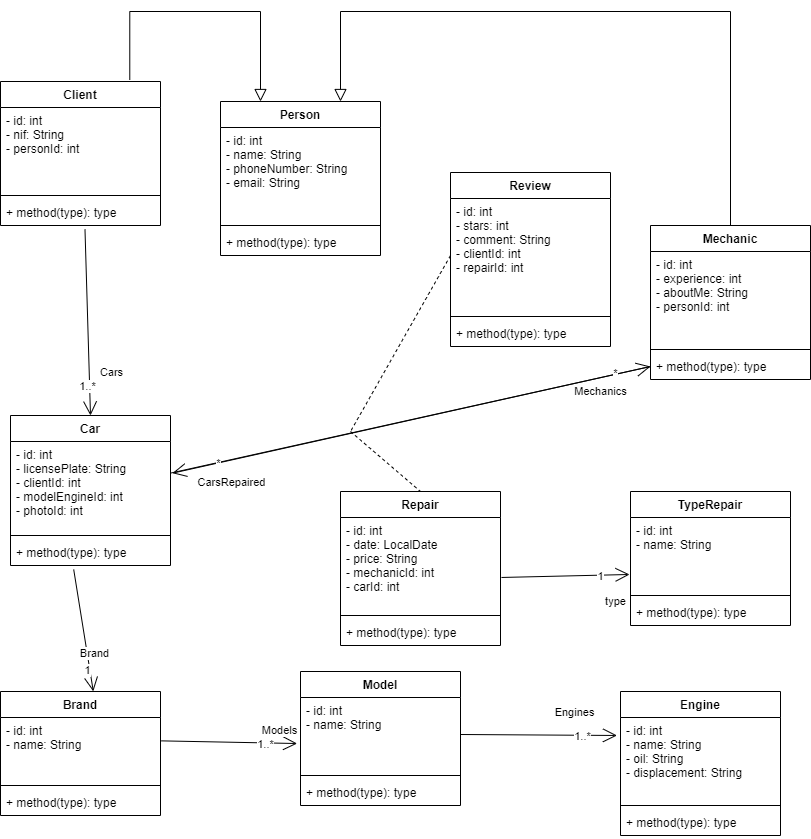
Above: ClassDiagram.drawio.png in jonhot1/Projeto-de-Desenvolvimento-M-vel- (draw.io), before the change. Source tidied: cells renumbered, new cells last; positions are measured from the earlier drawing's top-left corner, leaving out a move shared by most shapes. Its diagram source:
```xml
<mxGraphModel>
  <root>
    <mxCell id="0" />
    <mxCell id="1" parent="0" />
    <mxCell id="2" style="endArrow=block;endSize=10;endFill=0;shadow=0;strokeWidth=1;rounded=0;edgeStyle=elbowEdgeStyle;elbow=vertical;exitX=0.808;exitY=-0.011;exitDx=0;exitDy=0;exitPerimeter=0;entryX=0.25;entryY=0;entryDx=0;entryDy=0;" parent="1" edge="1" source="8" target="4">
      <mxGeometry relative="1" as="geometry">
        <Array as="points">
          <mxPoint x="20" />
          <mxPoint x="210" y="70" />
          <mxPoint x="210" y="49" />
        </Array>
      </mxGeometry>
    </mxCell>
    <mxCell id="3" style="endArrow=block;endSize=10;endFill=0;shadow=0;strokeWidth=1;rounded=0;edgeStyle=elbowEdgeStyle;elbow=vertical;entryX=0.75;entryY=0;entryDx=0;entryDy=0;" parent="1" edge="1" source="12" target="4">
      <mxGeometry relative="1" as="geometry">
        <Array as="points">
          <mxPoint x="500" />
          <mxPoint x="510" y="160" />
          <mxPoint x="530" y="130" />
          <mxPoint x="340" y="50" />
        </Array>
      </mxGeometry>
    </mxCell>
    <mxCell id="4" value="Person" style="swimlane;fontStyle=1;align=center;verticalAlign=top;horizontal=1;startSize=26;" parent="1" vertex="1">
      <mxGeometry x="220" y="90" width="160" height="154" as="geometry" />
    </mxCell>
    <mxCell id="5" value="- id: int&#10;- name: String&#10;- phoneNumber: String&#10;- email: String" style="text;strokeColor=none;fillColor=none;align=left;verticalAlign=top;spacingLeft=4;spacingRight=4;overflow=hidden;" parent="4" vertex="1">
      <mxGeometry y="26" width="160" height="94" as="geometry" />
    </mxCell>
    <mxCell id="6" style="line;strokeWidth=1;fillColor=none;align=left;verticalAlign=middle;spacingTop=-1;spacingLeft=3;spacingRight=3;labelPosition=right;" parent="4" vertex="1">
      <mxGeometry y="120" width="160" height="8" as="geometry" />
    </mxCell>
    <mxCell id="7" value="+ method(type): type" style="text;strokeColor=none;fillColor=none;align=left;verticalAlign=top;spacingLeft=4;spacingRight=4;overflow=hidden;" parent="4" vertex="1">
      <mxGeometry y="128" width="160" height="26" as="geometry" />
    </mxCell>
    <mxCell id="8" value="Client" style="swimlane;fontStyle=1;align=center;verticalAlign=top;horizontal=1;startSize=26;" parent="1" vertex="1">
      <mxGeometry y="70" width="160" height="144" as="geometry" />
    </mxCell>
    <mxCell id="9" value="- id: int&#10;- nif: String&#10;- personId: int " style="text;strokeColor=none;fillColor=none;align=left;verticalAlign=top;spacingLeft=4;spacingRight=4;overflow=hidden;" parent="8" vertex="1">
      <mxGeometry y="26" width="160" height="84" as="geometry" />
    </mxCell>
    <mxCell id="10" style="line;strokeWidth=1;fillColor=none;align=left;verticalAlign=middle;spacingTop=-1;spacingLeft=3;spacingRight=3;labelPosition=right;" parent="8" vertex="1">
      <mxGeometry y="110" width="160" height="8" as="geometry" />
    </mxCell>
    <mxCell id="11" value="+ method(type): type" style="text;strokeColor=none;fillColor=none;align=left;verticalAlign=top;spacingLeft=4;spacingRight=4;overflow=hidden;points=[[0,0.5],[1,0.5]];portConstraint=eastwest;" parent="8" vertex="1">
      <mxGeometry y="118" width="160" height="26" as="geometry" />
    </mxCell>
    <mxCell id="12" value="Mechanic" style="swimlane;fontStyle=1;align=center;verticalAlign=top;horizontal=1;startSize=26;" parent="1" vertex="1">
      <mxGeometry x="650" y="214" width="160" height="154" as="geometry" />
    </mxCell>
    <mxCell id="13" value="- id: int&#10;- experience: int&#10;- aboutMe: String&#10;- personId: int" style="text;strokeColor=none;fillColor=none;align=left;verticalAlign=top;spacingLeft=4;spacingRight=4;overflow=hidden;" parent="12" vertex="1">
      <mxGeometry y="26" width="160" height="94" as="geometry" />
    </mxCell>
    <mxCell id="14" style="line;strokeWidth=1;fillColor=none;align=left;verticalAlign=middle;spacingTop=-1;spacingLeft=3;spacingRight=3;labelPosition=right;" parent="12" vertex="1">
      <mxGeometry y="120" width="160" height="8" as="geometry" />
    </mxCell>
    <mxCell id="15" value="+ method(type): type" style="text;strokeColor=none;fillColor=none;align=left;verticalAlign=top;spacingLeft=4;spacingRight=4;overflow=hidden;points=[[0,0.5],[1,0.5]];portConstraint=eastwest;" parent="12" vertex="1">
      <mxGeometry y="128" width="160" height="26" as="geometry" />
    </mxCell>
    <mxCell id="16" value="Brand" style="swimlane;fontStyle=1;align=center;verticalAlign=top;horizontal=1;startSize=26;" parent="1" vertex="1">
      <mxGeometry y="680" width="160" height="124" as="geometry" />
    </mxCell>
    <mxCell id="17" value="- id: int&#10;- name: String" style="text;strokeColor=none;fillColor=none;align=left;verticalAlign=top;spacingLeft=4;spacingRight=4;overflow=hidden;points=[[0,0.5],[1,0.5]];portConstraint=eastwest;" parent="16" vertex="1">
      <mxGeometry y="26" width="160" height="64" as="geometry" />
    </mxCell>
    <mxCell id="18" style="line;strokeWidth=1;fillColor=none;align=left;verticalAlign=middle;spacingTop=-1;spacingLeft=3;spacingRight=3;labelPosition=right;" parent="16" vertex="1">
      <mxGeometry y="90" width="160" height="8" as="geometry" />
    </mxCell>
    <mxCell id="19" value="+ method(type): type" style="text;strokeColor=none;fillColor=none;align=left;verticalAlign=top;spacingLeft=4;spacingRight=4;overflow=hidden;" parent="16" vertex="1">
      <mxGeometry y="98" width="160" height="26" as="geometry" />
    </mxCell>
    <mxCell id="20" value="Car" style="swimlane;fontStyle=1;align=center;verticalAlign=top;horizontal=1;startSize=26;" parent="1" vertex="1">
      <mxGeometry x="10" y="404" width="160" height="150" as="geometry" />
    </mxCell>
    <mxCell id="21" value="- id: int&#10;- licensePlate: String&#10;- clientId: int&#10;- modelEngineId: int&#10;- photoId: int" style="text;strokeColor=none;fillColor=none;align=left;verticalAlign=top;spacingLeft=4;spacingRight=4;overflow=hidden;points=[[0,0.5],[1,0.5]];portConstraint=eastwest;" parent="20" vertex="1">
      <mxGeometry y="26" width="160" height="90" as="geometry" />
    </mxCell>
    <mxCell id="22" style="line;strokeWidth=1;fillColor=none;align=left;verticalAlign=middle;spacingTop=-1;spacingLeft=3;spacingRight=3;labelPosition=right;" parent="20" vertex="1">
      <mxGeometry y="116" width="160" height="8" as="geometry" />
    </mxCell>
    <mxCell id="23" value="+ method(type): type" style="text;strokeColor=none;fillColor=none;align=left;verticalAlign=top;spacingLeft=4;spacingRight=4;overflow=hidden;points=[[0,0.5],[1,0.5]];portConstraint=eastwest;" parent="20" vertex="1">
      <mxGeometry y="124" width="160" height="26" as="geometry" />
    </mxCell>
    <mxCell id="24" value="Engine" style="swimlane;fontStyle=1;align=center;verticalAlign=top;horizontal=1;startSize=26;" parent="1" vertex="1">
      <mxGeometry x="620" y="680" width="160" height="144" as="geometry" />
    </mxCell>
    <mxCell id="25" value="- id: int&#10;- name: String&#10;- oil: String&#10;- displacement: String" style="text;strokeColor=none;fillColor=none;align=left;verticalAlign=top;spacingLeft=4;spacingRight=4;overflow=hidden;points=[[0,0.5],[1,0.5]];portConstraint=eastwest;" parent="24" vertex="1">
      <mxGeometry y="26" width="160" height="84" as="geometry" />
    </mxCell>
    <mxCell id="26" style="line;strokeWidth=1;fillColor=none;align=left;verticalAlign=middle;spacingTop=-1;spacingLeft=3;spacingRight=3;labelPosition=right;" parent="24" vertex="1">
      <mxGeometry y="110" width="160" height="8" as="geometry" />
    </mxCell>
    <mxCell id="27" value="+ method(type): type" style="text;strokeColor=none;fillColor=none;align=left;verticalAlign=top;spacingLeft=4;spacingRight=4;overflow=hidden;" parent="24" vertex="1">
      <mxGeometry y="118" width="160" height="26" as="geometry" />
    </mxCell>
    <mxCell id="28" value="Model" style="swimlane;fontStyle=1;align=center;verticalAlign=top;horizontal=1;startSize=26;" parent="1" vertex="1">
      <mxGeometry x="300" y="660" width="160" height="134" as="geometry" />
    </mxCell>
    <mxCell id="29" value="- id: int&#10;- name: String" style="text;strokeColor=none;fillColor=none;align=left;verticalAlign=top;spacingLeft=4;spacingRight=4;overflow=hidden;points=[[0,0.5],[1,0.5]];portConstraint=eastwest;" parent="28" vertex="1">
      <mxGeometry y="26" width="160" height="74" as="geometry" />
    </mxCell>
    <mxCell id="30" style="line;strokeWidth=1;fillColor=none;align=left;verticalAlign=middle;spacingTop=-1;spacingLeft=3;spacingRight=3;labelPosition=right;" parent="28" vertex="1">
      <mxGeometry y="100" width="160" height="8" as="geometry" />
    </mxCell>
    <mxCell id="31" value="+ method(type): type" style="text;strokeColor=none;fillColor=none;align=left;verticalAlign=top;spacingLeft=4;spacingRight=4;overflow=hidden;" parent="28" vertex="1">
      <mxGeometry y="108" width="160" height="26" as="geometry" />
    </mxCell>
    <mxCell id="32" value="Repair" style="swimlane;fontStyle=1;align=center;verticalAlign=top;horizontal=1;startSize=26;" parent="1" vertex="1">
      <mxGeometry x="340" y="480" width="160" height="154" as="geometry" />
    </mxCell>
    <mxCell id="33" value="- id: int&#10;- date: LocalDate&#10;- price: String&#10;- mechanicId: int&#10;- carId: int" style="text;strokeColor=none;fillColor=none;align=left;verticalAlign=top;spacingLeft=4;spacingRight=4;overflow=hidden;points=[[0,0.5],[1,0.5]];portConstraint=eastwest;" parent="32" vertex="1">
      <mxGeometry y="26" width="160" height="94" as="geometry" />
    </mxCell>
    <mxCell id="34" style="line;strokeWidth=1;fillColor=none;align=left;verticalAlign=middle;spacingTop=-1;spacingLeft=3;spacingRight=3;labelPosition=right;" parent="32" vertex="1">
      <mxGeometry y="120" width="160" height="8" as="geometry" />
    </mxCell>
    <mxCell id="35" value="+ method(type): type" style="text;strokeColor=none;fillColor=none;align=left;verticalAlign=top;spacingLeft=4;spacingRight=4;overflow=hidden;" parent="32" vertex="1">
      <mxGeometry y="128" width="160" height="26" as="geometry" />
    </mxCell>
    <mxCell id="36" value="Review" style="swimlane;fontStyle=1;align=center;verticalAlign=top;horizontal=1;startSize=26;" parent="1" vertex="1">
      <mxGeometry x="450" y="161" width="160" height="174" as="geometry" />
    </mxCell>
    <mxCell id="37" value="- id: int&#10;- stars: int&#10;- comment: String&#10;- clientId: int&#10;- repairId: int" style="text;strokeColor=none;fillColor=none;align=left;verticalAlign=top;spacingLeft=4;spacingRight=4;overflow=hidden;points=[[0,0.5],[1,0.5]];portConstraint=eastwest;" parent="36" vertex="1">
      <mxGeometry y="26" width="160" height="114" as="geometry" />
    </mxCell>
    <mxCell id="38" style="line;strokeWidth=1;fillColor=none;align=left;verticalAlign=middle;spacingTop=-1;spacingLeft=3;spacingRight=3;labelPosition=right;" parent="36" vertex="1">
      <mxGeometry y="140" width="160" height="8" as="geometry" />
    </mxCell>
    <mxCell id="39" value="+ method(type): type" style="text;strokeColor=none;fillColor=none;align=left;verticalAlign=top;spacingLeft=4;spacingRight=4;overflow=hidden;" parent="36" vertex="1">
      <mxGeometry y="148" width="160" height="26" as="geometry" />
    </mxCell>
    <mxCell id="40" value="TypeRepair" style="swimlane;fontStyle=1;align=center;verticalAlign=top;horizontal=1;startSize=26;" parent="1" vertex="1">
      <mxGeometry x="630" y="480" width="160" height="134" as="geometry" />
    </mxCell>
    <mxCell id="41" value="- id: int&#10;- name: String" style="text;strokeColor=none;fillColor=none;align=left;verticalAlign=top;spacingLeft=4;spacingRight=4;overflow=hidden;points=[[0,0.5],[1,0.5]];portConstraint=eastwest;" parent="40" vertex="1">
      <mxGeometry y="26" width="160" height="74" as="geometry" />
    </mxCell>
    <mxCell id="42" style="line;strokeWidth=1;fillColor=none;align=left;verticalAlign=middle;spacingTop=-1;spacingLeft=3;spacingRight=3;labelPosition=right;" parent="40" vertex="1">
      <mxGeometry y="100" width="160" height="8" as="geometry" />
    </mxCell>
    <mxCell id="43" value="+ method(type): type" style="text;strokeColor=none;fillColor=none;align=left;verticalAlign=top;spacingLeft=4;spacingRight=4;overflow=hidden;" parent="40" vertex="1">
      <mxGeometry y="108" width="160" height="26" as="geometry" />
    </mxCell>
    <mxCell id="44" style="endArrow=open;endFill=1;endSize=12;html=1;rounded=0;exitX=0.528;exitY=1.145;exitDx=0;exitDy=0;exitPerimeter=0;entryX=0.5;entryY=0;entryDx=0;entryDy=0;" parent="1" edge="1" source="11" target="20">
      <mxGeometry relative="1" as="geometry" />
    </mxCell>
    <mxCell id="45" value="1..*" style="edgeLabel;html=1;align=center;verticalAlign=middle;" parent="44" vertex="1">
      <mxGeometry x="0.68" y="-2" relative="1" as="geometry">
        <mxPoint x="-1" as="offset" />
      </mxGeometry>
    </mxCell>
    <mxCell id="46" value="Cars" style="edgeLabel;html=1;align=center;verticalAlign=middle;" parent="44" vertex="1">
      <mxGeometry x="0.38" relative="1" as="geometry">
        <mxPoint x="22" y="14" as="offset" />
      </mxGeometry>
    </mxCell>
    <mxCell id="47" style="endArrow=open;endFill=1;endSize=12;html=1;rounded=0;entryX=-0.021;entryY=0.622;entryDx=0;entryDy=0;exitX=1.004;exitY=0.365;exitDx=0;exitDy=0;exitPerimeter=0;entryPerimeter=0;" parent="1" edge="1" source="17" target="29">
      <mxGeometry relative="1" as="geometry" />
    </mxCell>
    <mxCell id="48" value="1..*" style="edgeLabel;html=1;align=center;verticalAlign=middle;" parent="47" vertex="1">
      <mxGeometry x="0.52" y="-1" relative="1" as="geometry" />
    </mxCell>
    <mxCell id="49" value="Models" style="edgeLabel;html=1;align=center;verticalAlign=middle;" parent="47" vertex="1">
      <mxGeometry x="0.3" y="1" relative="1" as="geometry">
        <mxPoint x="30" y="-12" as="offset" />
      </mxGeometry>
    </mxCell>
    <mxCell id="50" style="endArrow=open;endFill=1;endSize=12;html=1;rounded=0;exitX=1.006;exitY=0.638;exitDx=0;exitDy=0;exitPerimeter=0;entryX=-0.006;entryY=0.77;entryDx=0;entryDy=0;entryPerimeter=0;" parent="1" edge="1" source="33" target="41">
      <mxGeometry relative="1" as="geometry" />
    </mxCell>
    <mxCell id="51" value="1" style="edgeLabel;html=1;align=center;verticalAlign=middle;" parent="50" vertex="1">
      <mxGeometry x="0.54" y="-1" relative="1" as="geometry" />
    </mxCell>
    <mxCell id="52" value="type" style="edgeLabel;html=1;align=center;verticalAlign=middle;" parent="50" vertex="1">
      <mxGeometry x="0.72" y="1" relative="1" as="geometry">
        <mxPoint x="4" y="27" as="offset" />
      </mxGeometry>
    </mxCell>
    <mxCell id="53" style="endArrow=none;dashed=1;html=1;rounded=0;exitX=0;exitY=0.5;exitDx=0;exitDy=0;" parent="1" edge="1" source="37">
      <mxGeometry relative="1" as="geometry">
        <mxPoint x="350" y="420" as="targetPoint" />
      </mxGeometry>
    </mxCell>
    <mxCell id="54" style="endArrow=open;endFill=1;endSize=12;html=1;rounded=0;exitX=0.395;exitY=1.154;exitDx=0;exitDy=0;exitPerimeter=0;entryX=0.58;entryY=-0.001;entryDx=0;entryDy=0;entryPerimeter=0;" parent="1" edge="1" source="23" target="16">
      <mxGeometry relative="1" as="geometry" />
    </mxCell>
    <mxCell id="55" value="Brand" style="edgeLabel;html=1;align=center;verticalAlign=middle;" parent="54" vertex="1">
      <mxGeometry x="0.21" y="-1" relative="1" as="geometry">
        <mxPoint x="9" y="9" as="offset" />
      </mxGeometry>
    </mxCell>
    <mxCell id="56" value="1" style="edgeLabel;html=1;align=center;verticalAlign=middle;" parent="54" vertex="1">
      <mxGeometry x="0.63" y="-3" relative="1" as="geometry" />
    </mxCell>
    <mxCell id="57" style="endArrow=open;endFill=1;endSize=12;html=1;rounded=0;exitX=1;exitY=0.5;exitDx=0;exitDy=0;entryX=-0.022;entryY=0.214;entryDx=0;entryDy=0;entryPerimeter=0;" parent="1" edge="1" source="29" target="25">
      <mxGeometry relative="1" as="geometry" />
    </mxCell>
    <mxCell id="58" value="1..*" style="edgeLabel;html=1;align=center;verticalAlign=middle;" parent="57" vertex="1">
      <mxGeometry x="0.56" y="-1" relative="1" as="geometry" />
    </mxCell>
    <mxCell id="59" value="Engines" style="edgeLabel;html=1;align=center;verticalAlign=middle;" parent="57" vertex="1">
      <mxGeometry x="0.21" y="3" relative="1" as="geometry">
        <mxPoint x="18" y="-20" as="offset" />
      </mxGeometry>
    </mxCell>
    <mxCell id="60" style="endArrow=open;endFill=1;endSize=12;html=1;rounded=0;exitX=0.998;exitY=0.352;exitDx=0;exitDy=0;exitPerimeter=0;entryX=0;entryY=0.5;entryDx=0;entryDy=0;" parent="1" edge="1" source="21" target="15">
      <mxGeometry relative="1" as="geometry" />
    </mxCell>
    <mxCell id="61" style="endArrow=none;dashed=1;html=1;rounded=0;entryX=0.5;entryY=0;entryDx=0;entryDy=0;" parent="1" edge="1" target="32">
      <mxGeometry relative="1" as="geometry">
        <mxPoint x="350" y="420" as="sourcePoint" />
      </mxGeometry>
    </mxCell>
    <mxCell id="62" style="endArrow=open;endFill=1;endSize=12;html=1;rounded=0;exitX=0;exitY=0.5;exitDx=0;exitDy=0;entryX=1.012;entryY=0.352;entryDx=0;entryDy=0;entryPerimeter=0;" parent="1" edge="1" source="15" target="21">
      <mxGeometry relative="1" as="geometry" />
    </mxCell>
    <mxCell id="63" value="*" style="edgeLabel;html=1;align=center;verticalAlign=middle;" parent="62" vertex="1">
      <mxGeometry x="0.81" relative="1" as="geometry" />
    </mxCell>
    <mxCell id="64" value="*" style="edgeLabel;html=1;align=center;verticalAlign=middle;" parent="62" vertex="1">
      <mxGeometry x="-0.85" y="-1" relative="1" as="geometry" />
    </mxCell>
    <mxCell id="65" value="CarsRepaired" style="edgeLabel;html=1;align=center;verticalAlign=middle;" parent="62" vertex="1">
      <mxGeometry x="0.71" y="1" relative="1" as="geometry">
        <mxPoint x="-10" y="23" as="offset" />
      </mxGeometry>
    </mxCell>
    <mxCell id="66" value="Mechanics" style="edgeLabel;html=1;align=center;verticalAlign=middle;" parent="62" vertex="1">
      <mxGeometry x="-0.74" y="2" relative="1" as="geometry">
        <mxPoint x="11" y="9" as="offset" />
      </mxGeometry>
    </mxCell>
  </root>
</mxGraphModel>
```
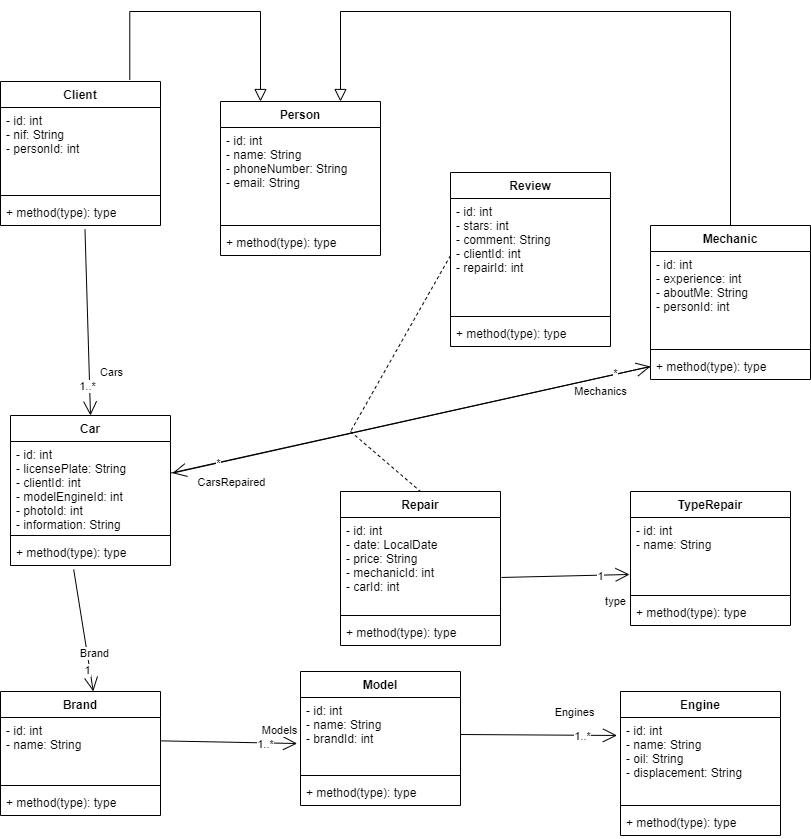
After the change.

The edit, as a diff of the source:
```diff
@@ -72,7 +72,7 @@
     <mxCell id="20" value="Car" style="swimlane;fontStyle=1;align=center;verticalAlign=top;horizontal=1;startSize=26;" parent="1" vertex="1">
       <mxGeometry x="10" y="404" width="160" height="150" as="geometry" />
     </mxCell>
-    <mxCell id="21" value="- id: int&#10;- licensePlate: String&#10;- clientId: int&#10;- modelEngineId: int&#10;- photoId: int" style="text;strokeColor=none;fillColor=none;align=left;verticalAlign=top;spacingLeft=4;spacingRight=4;overflow=hidden;points=[[0,0.5],[1,0.5]];portConstraint=eastwest;" parent="20" vertex="1">
+    <mxCell id="21" value="- id: int&#10;- licensePlate: String&#10;- clientId: int&#10;- modelEngineId: int&#10;- photoId: int&#10;- information: String" style="text;strokeColor=none;fillColor=none;align=left;verticalAlign=top;spacingLeft=4;spacingRight=4;overflow=hidden;points=[[0,0.5],[1,0.5]];portConstraint=eastwest;" parent="20" vertex="1">
       <mxGeometry y="26" width="160" height="90" as="geometry" />
     </mxCell>
     <mxCell id="22" style="line;strokeWidth=1;fillColor=none;align=left;verticalAlign=middle;spacingTop=-1;spacingLeft=3;spacingRight=3;labelPosition=right;" parent="20" vertex="1">
@@ -96,7 +96,7 @@
     <mxCell id="28" value="Model" style="swimlane;fontStyle=1;align=center;verticalAlign=top;horizontal=1;startSize=26;" parent="1" vertex="1">
       <mxGeometry x="300" y="660" width="160" height="134" as="geometry" />
     </mxCell>
-    <mxCell id="29" value="- id: int&#10;- name: String" style="text;strokeColor=none;fillColor=none;align=left;verticalAlign=top;spacingLeft=4;spacingRight=4;overflow=hidden;points=[[0,0.5],[1,0.5]];portConstraint=eastwest;" parent="28" vertex="1">
+    <mxCell id="29" value="- id: int&#10;- name: String&#10;- brandId: int" style="text;strokeColor=none;fillColor=none;align=left;verticalAlign=top;spacingLeft=4;spacingRight=4;overflow=hidden;points=[[0,0.5],[1,0.5]];portConstraint=eastwest;" parent="28" vertex="1">
       <mxGeometry y="26" width="160" height="74" as="geometry" />
     </mxCell>
     <mxCell id="30" style="line;strokeWidth=1;fillColor=none;align=left;verticalAlign=middle;spacingTop=-1;spacingLeft=3;spacingRight=3;labelPosition=right;" parent="28" vertex="1">
```
